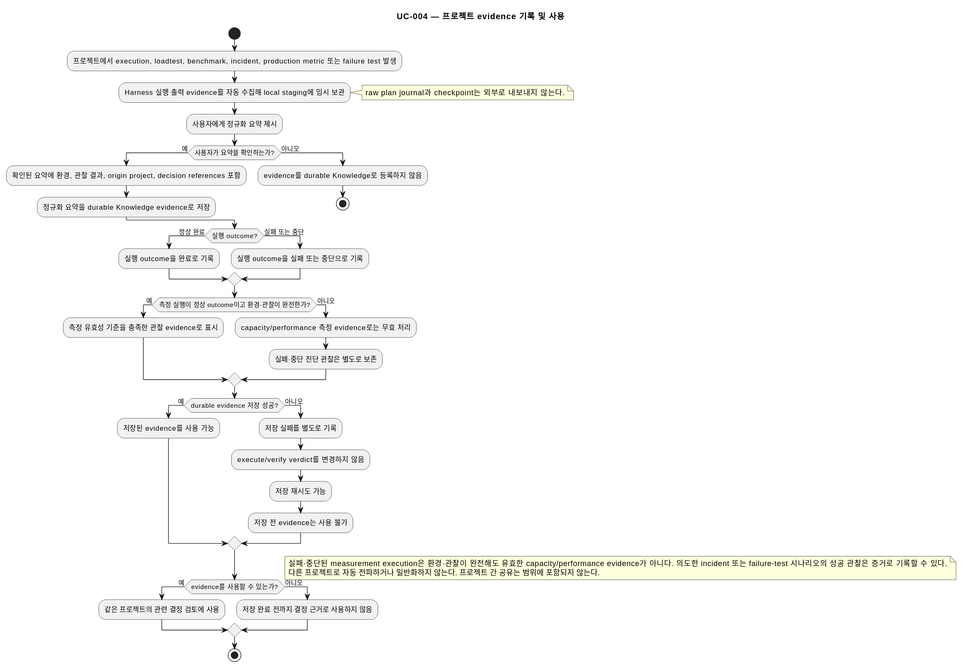
Earlier version of the PlantUML export docs/specs/506/diagrams/product/UC-004.activity.svg (omegafrog/harness-codex). Source of this version:
```plantuml
@startuml
title UC-004 — 프로젝트 evidence 기록 및 사용
start
:프로젝트에서 execution, loadtest, benchmark, incident, production metric 또는 failure test 발생;
:Harness 실행 출력 evidence를 자동 수집해 local staging에 임시 보관;
note right
raw plan journal과 checkpoint는 외부로 내보내지 않는다.
end note
:사용자에게 정규화 요약 제시;
if (사용자가 요약을 확인하는가?) then (예)
  :확인된 요약에 환경, 관찰 결과, origin project, decision references 포함;
  :정규화 요약을 durable Knowledge evidence로 저장;
else (아니오)
  :evidence를 durable Knowledge로 등록하지 않음;
  stop
endif
if (실행 outcome?) then (정상 완료)
  :실행 outcome을 완료로 기록;
else (실패 또는 중단)
  :실행 outcome을 실패 또는 중단으로 기록;
endif
if (측정 실행이 정상 outcome이고 환경·관찰이 완전한가?) then (예)
  :측정 유효성 기준을 충족한 관찰 evidence로 표시;
else (아니오)
  :capacity/performance 측정 evidence로는 무효 처리;
  :실패·중단 진단 관찰은 별도로 보존;
endif
if (durable evidence 저장 성공?) then (예)
  :저장된 evidence를 사용 가능;
else (아니오)
  :저장 실패를 별도로 기록;
  :execute/verify verdict를 변경하지 않음;
  :저장 재시도 가능;
  :저장 전 evidence는 사용 불가;
endif
if (evidence를 사용할 수 있는가?) then (예)
  :같은 프로젝트의 관련 결정 검토에 사용;
else (아니오)
  :저장 완료 전까지 결정 근거로 사용하지 않음;
endif
note right
실패·중단된 measurement execution은 환경·관찰이 완전해도 유효한 capacity/performance evidence가 아니다. 의도한 incident 또는 failure-test 시나리오의 성공 관찰은 증거로 기록할 수 있다.
다른 프로젝트로 자동 전파하거나 일반화하지 않는다. 프로젝트 간 공유는 범위에 포함되지 않는다.
end note
stop
@enduml
```
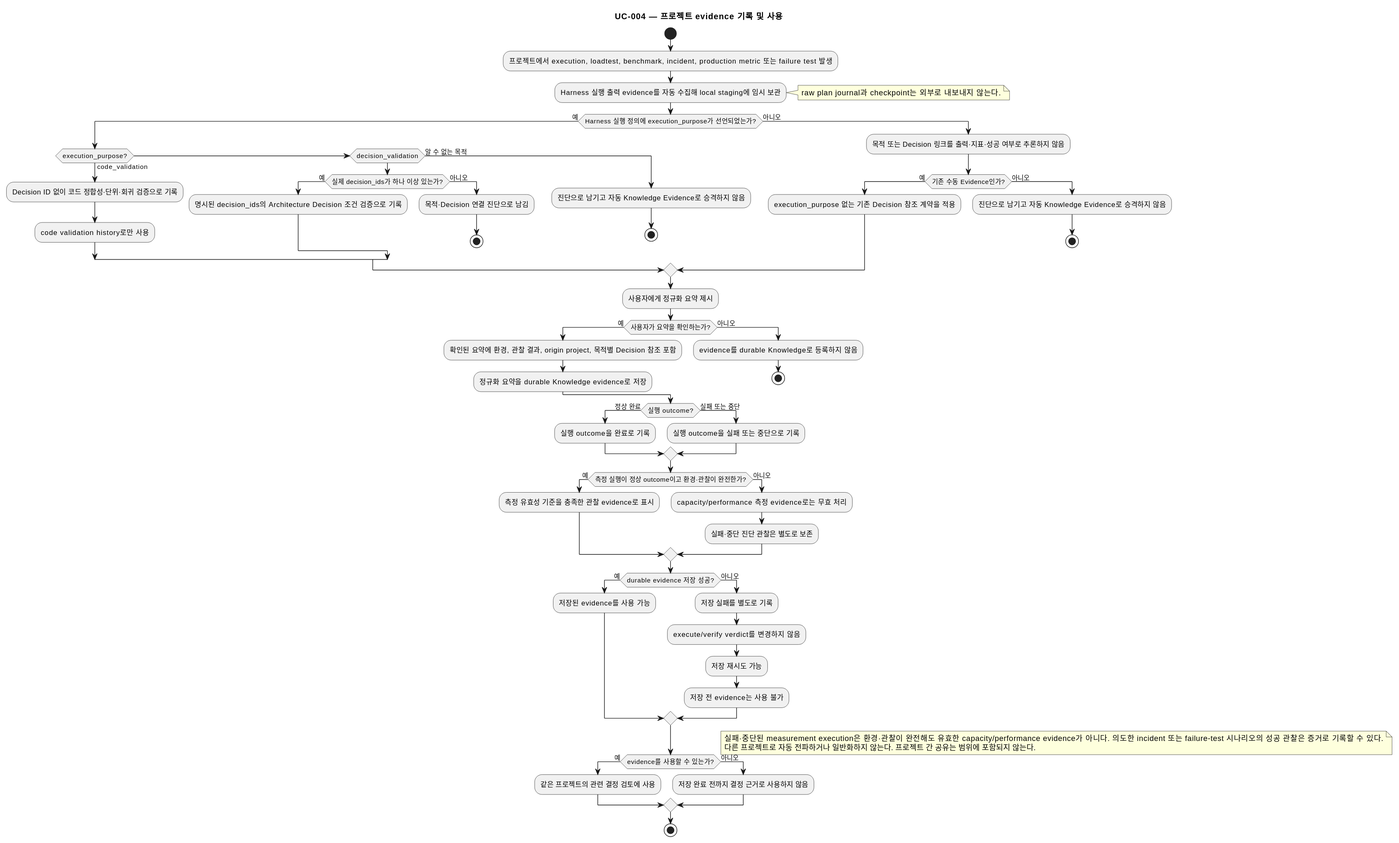
After the commit.

Commit message:
docs(decision): classify execution observation purpose

Change to the diagram source:
```diff
@@ -6,9 +6,33 @@
 note right
 raw plan journal과 checkpoint는 외부로 내보내지 않는다.
 end note
+if (Harness 실행 정의에 execution_purpose가 선언되었는가?) then (예)
+  if (execution_purpose?) then (code_validation)
+    :Decision ID 없이 코드 정합성·단위·회귀 검증으로 기록;
+    :code validation history로만 사용;
+  elseif (decision_validation)
+    if (실제 decision_ids가 하나 이상 있는가?) then (예)
+      :명시된 decision_ids의 Architecture Decision 조건 검증으로 기록;
+    else (아니오)
+      :목적·Decision 연결 진단으로 남김;
+      stop
+    endif
+  else (알 수 없는 목적)
+    :진단으로 남기고 자동 Knowledge Evidence로 승격하지 않음;
+    stop
+  endif
+else (아니오)
+  :목적 또는 Decision 링크를 출력·지표·성공 여부로 추론하지 않음;
+  if (기존 수동 Evidence인가?) then (예)
+    :execution_purpose 없는 기존 Decision 참조 계약을 적용;
+  else (아니오)
+    :진단으로 남기고 자동 Knowledge Evidence로 승격하지 않음;
+    stop
+  endif
+endif
 :사용자에게 정규화 요약 제시;
 if (사용자가 요약을 확인하는가?) then (예)
-  :확인된 요약에 환경, 관찰 결과, origin project, decision references 포함;
+  :확인된 요약에 환경, 관찰 결과, origin project, 목적별 Decision 참조 포함;
   :정규화 요약을 durable Knowledge evidence로 저장;
 else (아니오)
   :evidence를 durable Knowledge로 등록하지 않음;
```
